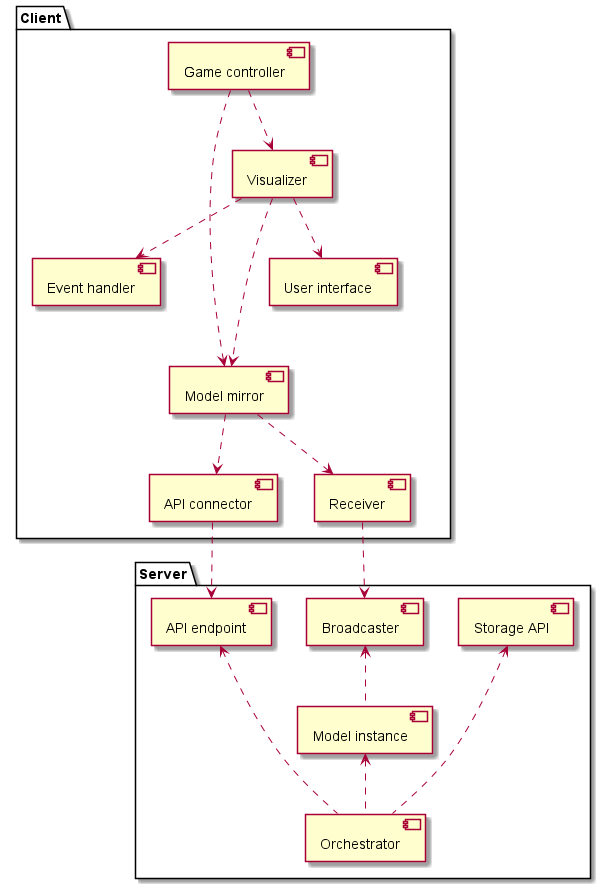
Before: Development/Component/ClientServer.png, a diagram exported from PlantUML (SWA-group-1/PlantUML).
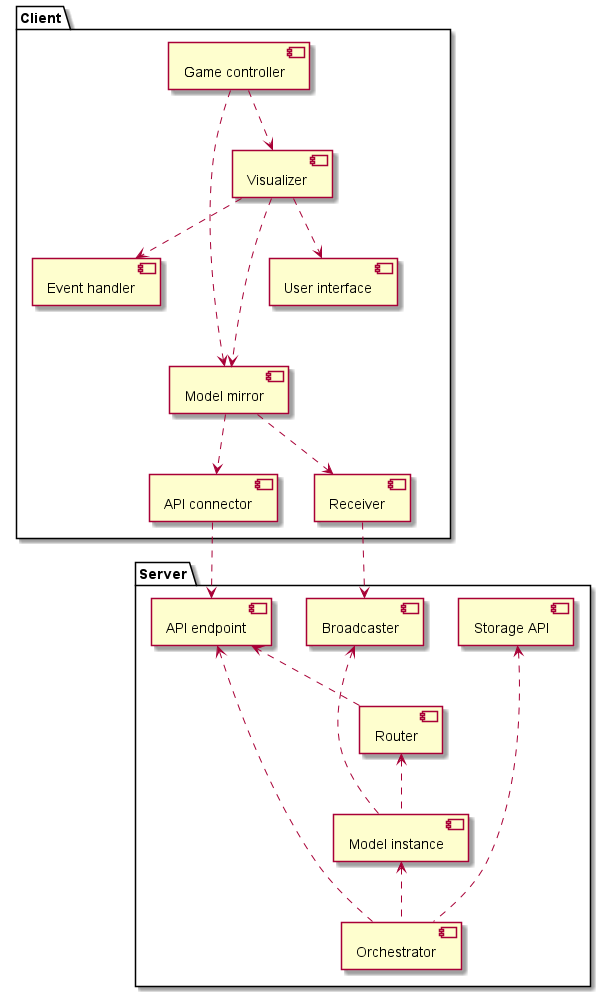
The same diagram one commit later.

Commit message:
Refactor: Router to lower level server-side. #12 +Another change. Look desc.

Change to the diagram source:
```diff
@@ -3,6 +3,7 @@
 package "Server" {
     component "API endpoint" as endpoint
     component "Broadcaster" as broadcaster
+    component "Router" as router
     component "Model instance" as model
     component "Orchestrator" as orchestrator
     component "Storage API" as storage
@@ -10,9 +11,14 @@
     orchestrator .up.> endpoint
     orchestrator .up.> model
     orchestrator .up.> storage
-    model -[hidden]up- endpoint
+    model .up.> router
     model .up.> broadcaster
     model -[hidden]up- storage
+    router -[hidden]up- broadcaster
+    router -[hidden]up- storage
+    router .down.> endpoint
+    endpoint -[hidden]right- broadcaster
+    broadcaster -[hidden]right- storage
 }
 
 package "Client" {
```
